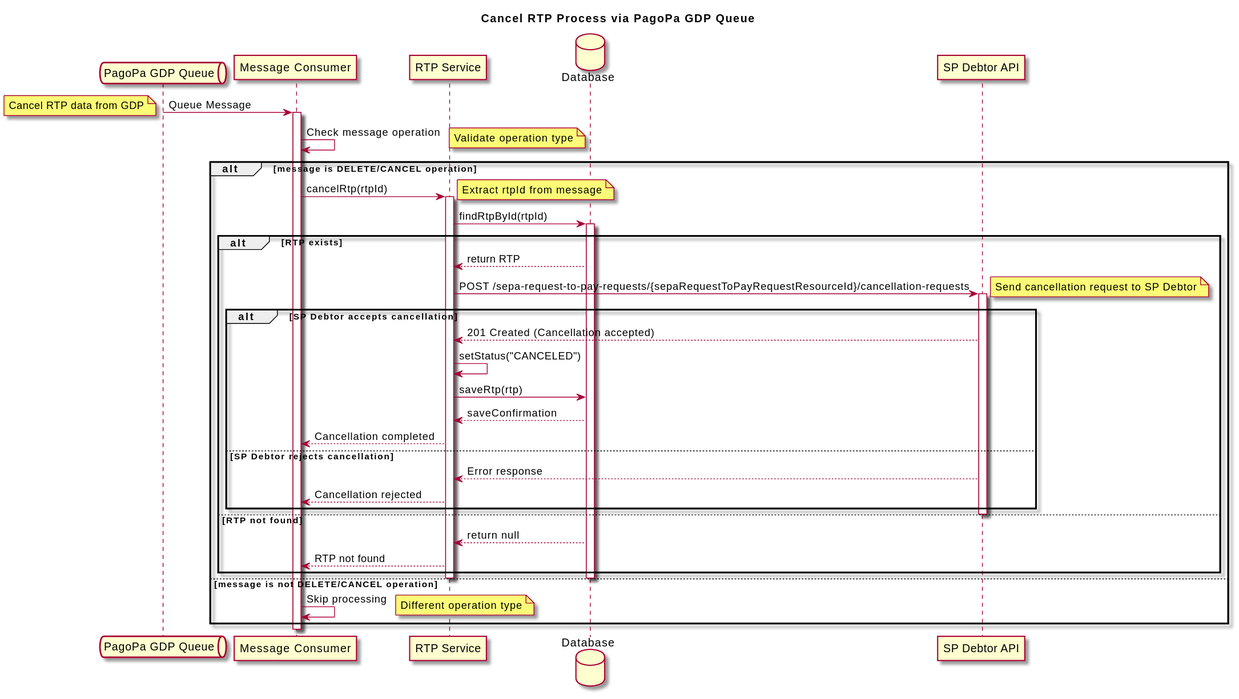
pagopa/rtp-docs keeps this PlantUML diagram as diagrams/delete-queue-schema.svg. Above is the earlier version.
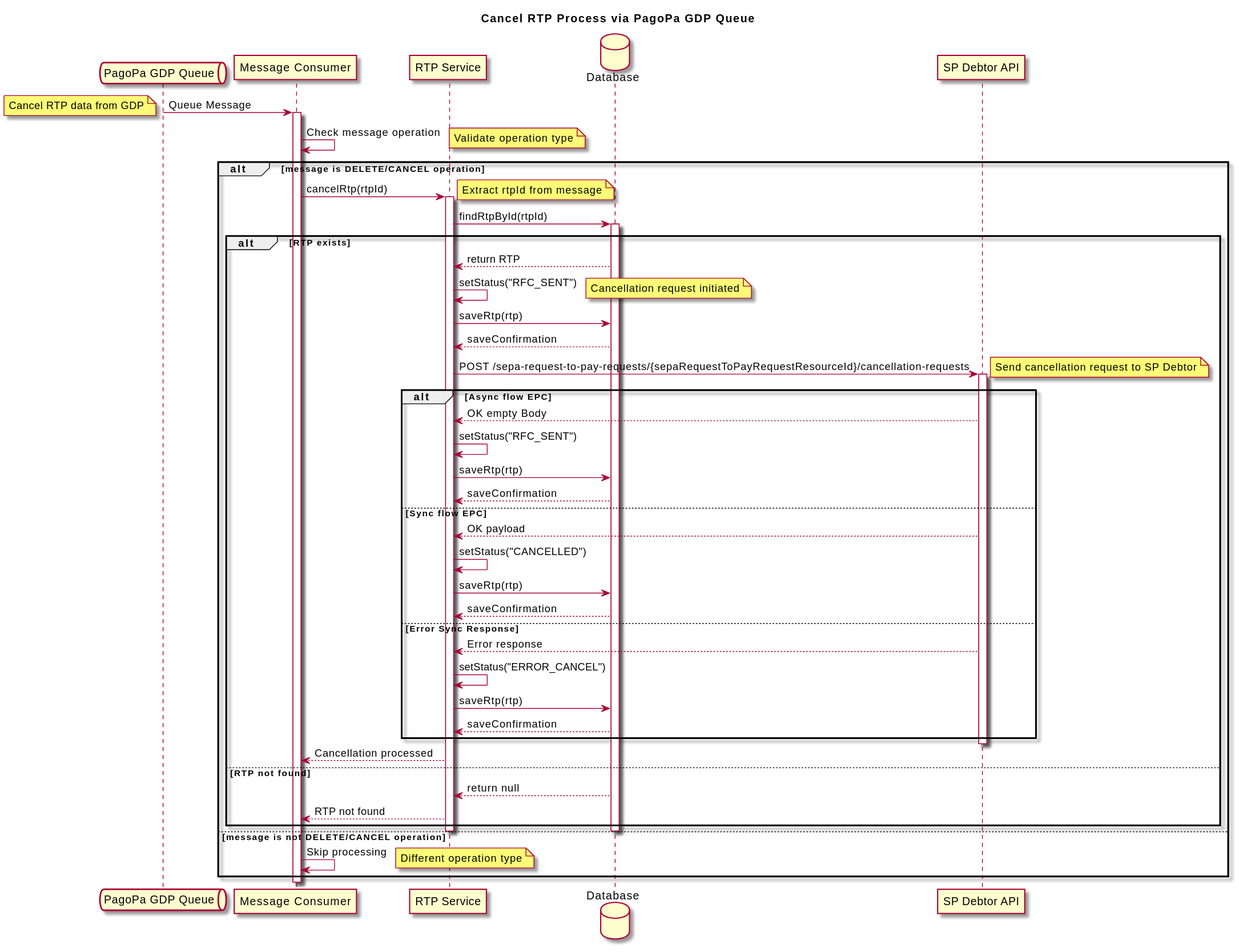
The same file after the commit.

The edit, as a diff of the source:
```diff
@@ -21,23 +21,34 @@
 alt RTP exists
     DB --> Service: return RTP
 
+    Service -> Service: setStatus("RFC_SENT")
+    note right: Cancellation request initiated
+    Service -> DB: saveRtp(rtp)
+    DB --> Service: saveConfirmation
+
     Service -> SPDAPI: POST /sepa-request-to-pay-requests/{sepaRequestToPayRequestResourceId}/cancellation-requests
     note right: Send cancellation request to SP Debtor
     activate SPDAPI
 
-    alt SP Debtor accepts cancellation
-        SPDAPI --> Service: 201 Created (Cancellation accepted)
-
-        Service -> Service: setStatus("CANCELED")
+    alt Async flow EPC
+        SPDAPI --> Service: OK empty Body
+        Service -> Service: setStatus("RFC_SENT")
         Service -> DB: saveRtp(rtp)
         DB --> Service: saveConfirmation
-        Service --> Consumer: Cancellation completed
-    else SP Debtor rejects cancellation
+    else Sync flow EPC
+        SPDAPI --> Service: OK payload
+        Service -> Service: setStatus("CANCELLED")
+        Service -> DB: saveRtp(rtp)
+        DB --> Service: saveConfirmation
+    else Error Sync Response
         SPDAPI --> Service: Error response
-        Service --> Consumer: Cancellation rejected
+        Service -> Service: setStatus("ERROR_CANCEL")
+        Service -> DB: saveRtp(rtp)
+        DB --> Service: saveConfirmation
     end
 
     deactivate SPDAPI
+    Service --> Consumer: Cancellation processed
 
 else RTP not found
     DB --> Service: return null
```
